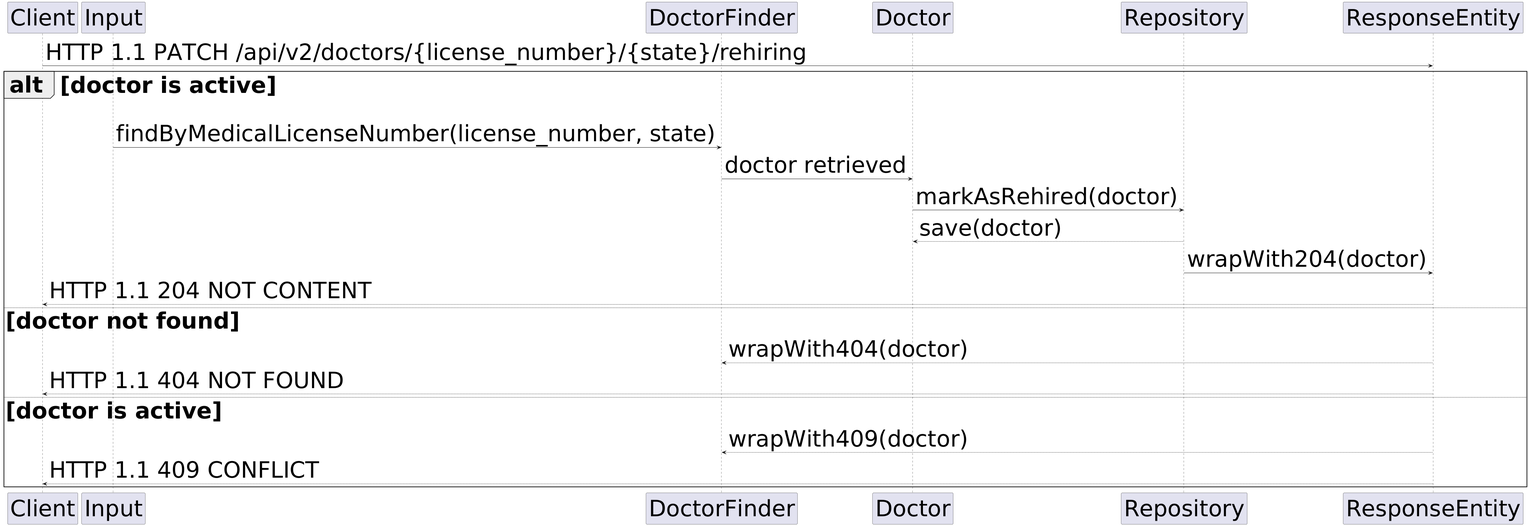
The PlantUML diagram figures/doctor_rehiring_sequence_diagram.png in LazaroDamasceno/Dissertacao-Mestrado, before a commit. The source it was exported from:
```plantuml
@startuml
skinparam defaultFontSize 60

participant "Client"
participant "Input" as input
participant "DoctorFinder" as finder
participant "Doctor" as entity
participant "Repository" as repository
participant "ResponseEntity"

Client -> ResponseEntity: HTTP 1.1 PATCH /api/v2/doctors/{license_number}/{state}/rehiring

alt doctor is active

input -> finder: findByMedicalLicenseNumber(license_number, state)

finder -> entity: doctor retrieved

entity -> repository: markAsRehired(doctor)

entity <-- repository: save(doctor)

repository -> ResponseEntity: wrapWith204(doctor)

Client <-- ResponseEntity: HTTP 1.1 204 NOT CONTENT

else doctor not found

finder <-- ResponseEntity: wrapWith404(doctor)

Client <-- ResponseEntity: HTTP 1.1 404 NOT FOUND

else doctor is active

finder <-- ResponseEntity: wrapWith409(doctor)

Client <-- ResponseEntity: HTTP 1.1 409 CONFLICT

end
@enduml
```
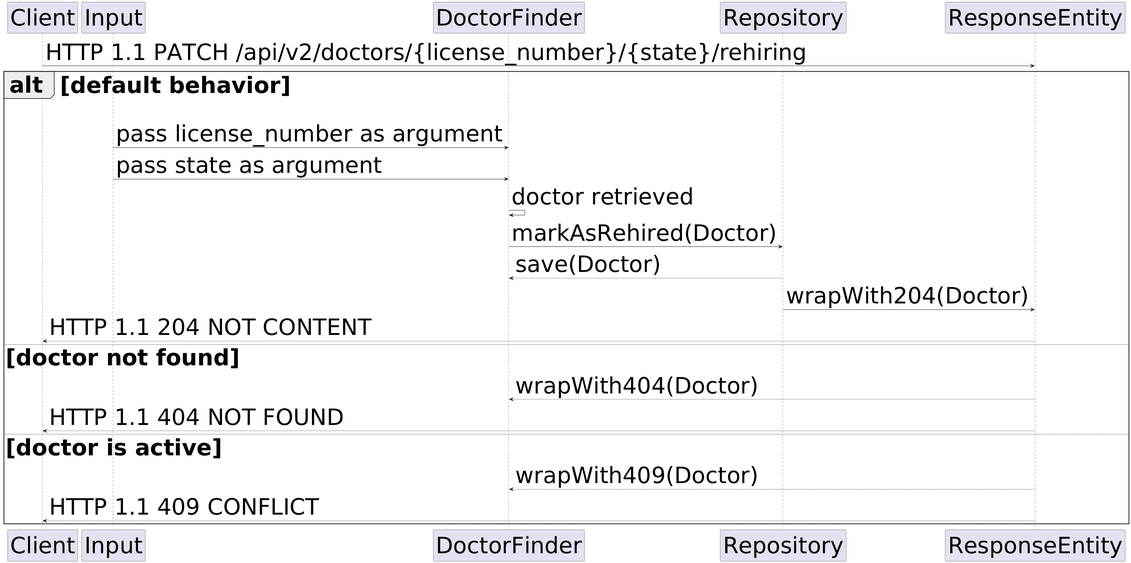
After the change.

Diff of the diagram source:
```diff
@@ -4,35 +4,36 @@
 participant "Client"
 participant "Input" as input
 participant "DoctorFinder" as finder
-participant "Doctor" as entity
 participant "Repository" as repository
 participant "ResponseEntity"
 
 Client -> ResponseEntity: HTTP 1.1 PATCH /api/v2/doctors/{license_number}/{state}/rehiring
 
-alt doctor is active
+alt default behavior
 
-input -> finder: findByMedicalLicenseNumber(license_number, state)
+input -> finder: pass license_number as argument
 
-finder -> entity: doctor retrieved
+input -> finder: pass state as argument
 
-entity -> repository: markAsRehired(doctor)
+finder -> finder: doctor retrieved
 
-entity <-- repository: save(doctor)
+finder -> repository: markAsRehired(Doctor)
 
-repository -> ResponseEntity: wrapWith204(doctor)
+finder <-- repository: save(Doctor)
+
+repository -> ResponseEntity: wrapWith204(Doctor)
 
 Client <-- ResponseEntity: HTTP 1.1 204 NOT CONTENT
 
 else doctor not found
 
-finder <-- ResponseEntity: wrapWith404(doctor)
+finder <-- ResponseEntity: wrapWith404(Doctor)
 
 Client <-- ResponseEntity: HTTP 1.1 404 NOT FOUND
 
 else doctor is active
 
-finder <-- ResponseEntity: wrapWith409(doctor)
+finder <-- ResponseEntity: wrapWith409(Doctor)
 
 Client <-- ResponseEntity: HTTP 1.1 409 CONFLICT
 
```
